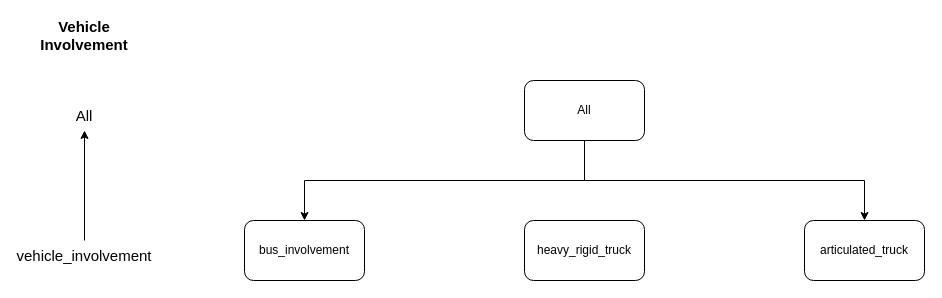
This is Vehicle Involvement Concept Hierarchy.drawio from NekoTRSH/Drawing, a draw.io file, before an edit. Source tidied: cells renumbered, new cells numbered last; positions are measured from the earlier drawing's top-left corner, leaving out a move shared by most shapes. Both pictures are drawn from the tidied source at 100%, with x=0, y=0 at pixel (29, 20).
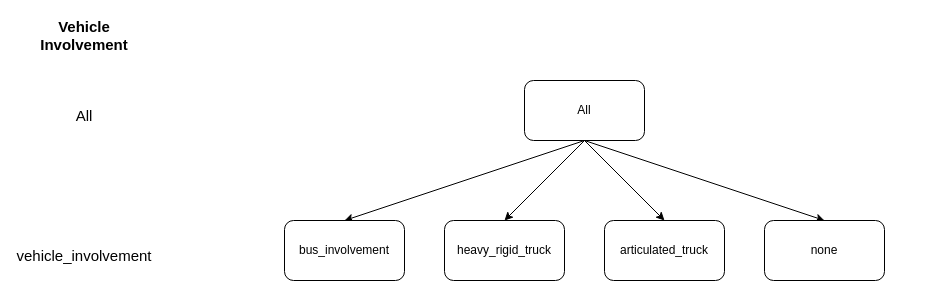
Above is the later version.

What changed in the source:
```diff
@@
 <mxGraphModel>
   <root>
     <mxCell id="0" />
     <mxCell id="1" parent="0" />
     <mxCell id="2" value="&lt;b&gt;Vehicle Involvement&lt;/b&gt;" style="text;html=1;align=center;verticalAlign=middle;whiteSpace=wrap;rounded=0;fontSize=15;" parent="1" vertex="1">
       <mxGeometry width="110" height="30" as="geometry" />
     </mxCell>
-    <mxCell id="3" style="edgeStyle=orthogonalEdgeStyle;rounded=0;jettySize=auto;html=1;exitX=0.5;exitY=1;exitDx=0;exitDy=0;entryX=0.5;entryY=0;entryDx=0;entryDy=0;" parent="1" edge="1" source="5" target="9">
+    <mxCell id="3" style="rounded=0;jettySize=auto;html=1;exitX=0.5;exitY=1;exitDx=0;exitDy=0;entryX=0.5;entryY=0;entryDx=0;entryDy=0;" parent="1" edge="1" source="5" target="9">
       <mxGeometry relative="1" as="geometry" />
     </mxCell>
-    <mxCell id="4" style="edgeStyle=orthogonalEdgeStyle;rounded=0;jettySize=auto;html=1;exitX=0.5;exitY=1;exitDx=0;exitDy=0;" parent="1" edge="1" source="5" target="10">
+    <mxCell id="4" style="rounded=0;jettySize=auto;html=1;exitX=0.5;exitY=1;exitDx=0;exitDy=0;entryX=0.5;entryY=0;entryDx=0;entryDy=0;" parent="1" edge="1" source="5" target="10">
       <mxGeometry relative="1" as="geometry" />
     </mxCell>
+    <mxCell id="12" style="rounded=0;jettySize=auto;html=1;exitX=0.5;exitY=1;exitDx=0;exitDy=0;entryX=0.5;entryY=0;entryDx=0;entryDy=0;" parent="1" edge="1" source="5" target="11">
+      <mxGeometry relative="1" as="geometry" />
+    </mxCell>
+    <mxCell id="13" style="rounded=0;jettySize=auto;html=1;exitX=0.5;exitY=1;exitDx=0;exitDy=0;entryX=0.5;entryY=0;entryDx=0;entryDy=0;" parent="1" edge="1" source="5" target="14">
+      <mxGeometry relative="1" as="geometry" />
+    </mxCell>
     <mxCell id="5" value="All" style="rounded=1;whiteSpace=wrap;html=1;" parent="1" vertex="1">
       <mxGeometry x="495" y="60" width="120" height="60" as="geometry" />
     </mxCell>
     <mxCell id="6" value="All" style="text;html=1;align=center;verticalAlign=middle;whiteSpace=wrap;rounded=0;fontSize=15;" parent="1" vertex="1">
       <mxGeometry x="25" y="80" width="60" height="30" as="geometry" />
     </mxCell>
-    <mxCell id="7" style="edgeStyle=orthogonalEdgeStyle;rounded=0;jettySize=auto;html=1;exitX=0.5;exitY=0;exitDx=0;exitDy=0;entryX=0.5;entryY=1;entryDx=0;entryDy=0;" parent="1" edge="1" source="8" target="6">
-      <mxGeometry relative="1" as="geometry" />
-    </mxCell>
     <mxCell id="8" value="vehicle_involvement" style="text;html=1;align=center;verticalAlign=middle;whiteSpace=wrap;rounded=0;fontSize=15;" parent="1" vertex="1">
       <mxGeometry x="25" y="220" width="60" height="30" as="geometry" />
     </mxCell>
     <mxCell id="9" value="bus_involvement" style="rounded=1;whiteSpace=wrap;html=1;" parent="1" vertex="1">
-      <mxGeometry x="215" y="200" width="120" height="60" as="geometry" />
+      <mxGeometry x="255" y="200" width="120" height="60" as="geometry" />
     </mxCell>
     <mxCell id="10" value="articulated_truck" style="rounded=1;whiteSpace=wrap;html=1;" parent="1" vertex="1">
-      <mxGeometry x="775" y="200" width="120" height="60" as="geometry" />
+      <mxGeometry x="575" y="200" width="120" height="60" as="geometry" />
     </mxCell>
     <mxCell id="11" value="heavy_rigid_truck" style="rounded=1;whiteSpace=wrap;html=1;" parent="1" vertex="1">
-      <mxGeometry x="495" y="200" width="120" height="60" as="geometry" />
+      <mxGeometry x="415" y="200" width="120" height="60" as="geometry" />
     </mxCell>
+    <mxCell id="14" value="none" style="rounded=1;whiteSpace=wrap;html=1;" parent="1" vertex="1">
+      <mxGeometry x="735" y="200" width="120" height="60" as="geometry" />
+    </mxCell>
   </root>
 </mxGraphModel>
```
